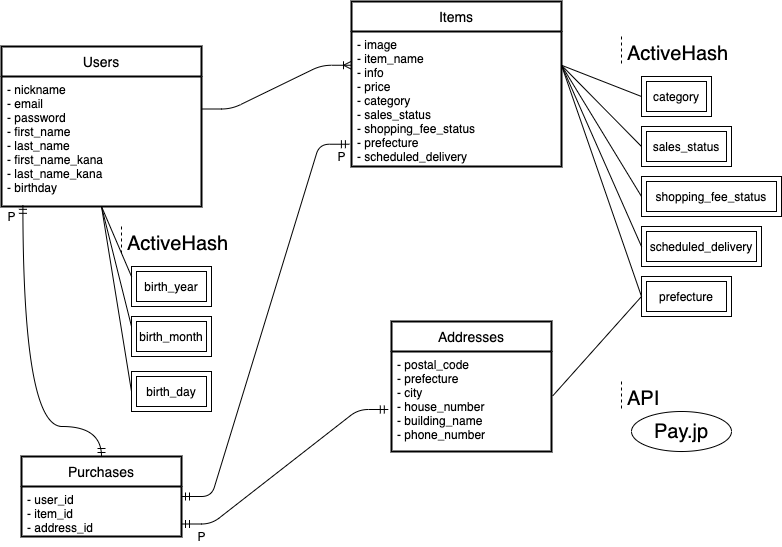
Above: er.drawio.png in shochan614/furima-30636 (draw.io), before the change. Source tidied: cells renumbered, new cells last; positions are measured from the earlier drawing's top-left corner, leaving out a move shared by most shapes.
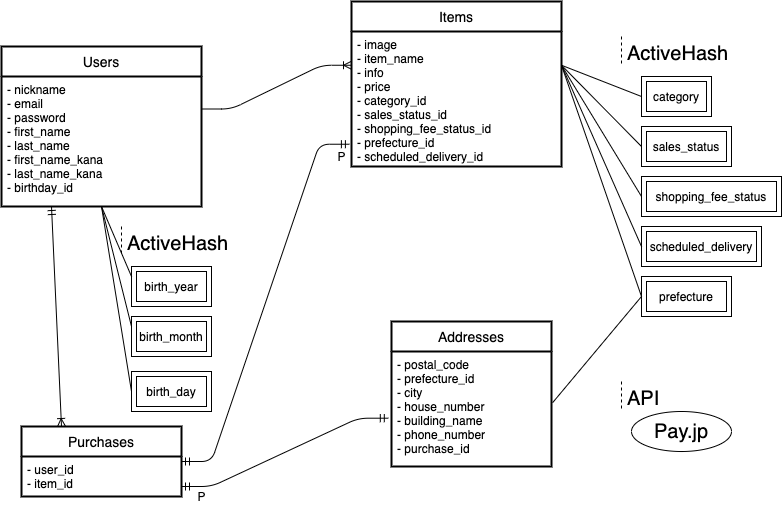
Later version of the same file.

What changed in the source:
```diff
@@ -8,17 +8,6 @@
     <mxCell id="3" style="edgeStyle=entityRelationEdgeStyle;fontSize=12;html=1;endArrow=ERmandOne;startArrow=ERmandOne;entryX=-0.01;entryY=0.835;entryDx=0;entryDy=0;entryPerimeter=0;" parent="1" edge="1" source="25" target="28">
       <mxGeometry relative="1" as="geometry" />
     </mxCell>
-    <mxCell id="4" style="fontSize=12;html=1;endArrow=ERmandOne;startArrow=ERmandOne;exitX=0.107;exitY=0.991;exitDx=0;exitDy=0;exitPerimeter=0;entryX=0.5;entryY=0;entryDx=0;entryDy=0;edgeStyle=orthogonalEdgeStyle;curved=1;" parent="1" edge="1" source="30" target="25">
-      <mxGeometry relative="1" as="geometry">
-        <Array as="points">
-          <mxPoint x="21" y="425" />
-          <mxPoint x="100" y="425" />
-        </Array>
-      </mxGeometry>
-    </mxCell>
-    <mxCell id="5" value="P" style="text;html=1;align=center;verticalAlign=middle;" parent="1" vertex="1">
-      <mxGeometry y="205" width="20" height="20" as="geometry" />
-    </mxCell>
     <mxCell id="6" value="P" style="text;html=1;align=center;verticalAlign=middle;" parent="1" vertex="1">
       <mxGeometry x="330" y="145" width="20" height="20" as="geometry" />
     </mxCell>
@@ -26,7 +15,7 @@
       <mxGeometry relative="1" as="geometry" />
     </mxCell>
     <mxCell id="8" value="P" style="text;html=1;align=center;verticalAlign=middle;" parent="1" vertex="1">
-      <mxGeometry x="190" y="525" width="20" height="20" as="geometry" />
+      <mxGeometry x="190" y="485" width="20" height="20" as="geometry" />
     </mxCell>
     <mxCell id="9" value="ActiveHash" style="shape=partialRectangle;fillColor=none;align=left;verticalAlign=middle;strokeColor=none;spacingLeft=34;fontSize=20;" parent="1" vertex="1">
       <mxGeometry x="590" y="35" width="90" height="30" as="geometry" />
@@ -76,29 +65,23 @@
     <mxCell id="24" value="Pay.jp" style="ellipse;whiteSpace=wrap;html=1;align=center;fontSize=20;" parent="1" vertex="1">
       <mxGeometry x="630" y="410" width="100" height="40" as="geometry" />
     </mxCell>
-    <mxCell id="25" value="Purchases" style="swimlane;horizontal=1;startSize=30;fontSize=14;fontStyle=0;strokeWidth=2;shadow=0;dashed=0;align=center;" parent="1" vertex="1">
-      <mxGeometry x="20" y="455" width="160" height="80" as="geometry" />
-    </mxCell>
-    <mxCell id="26" value="- user_id&#10;- item_id&#10;- address_id" style="align=left;strokeColor=none;fillColor=none;spacingLeft=4;fontSize=12;verticalAlign=top;" parent="25" vertex="1">
-      <mxGeometry y="30" width="160" height="50" as="geometry" />
-    </mxCell>
     <mxCell id="27" value="Items" style="swimlane;horizontal=1;startSize=30;fontSize=14;fontStyle=0;strokeWidth=2;shadow=0;dashed=0;align=center;" parent="1" vertex="1">
       <mxGeometry x="350" width="210" height="165" as="geometry" />
     </mxCell>
-    <mxCell id="28" value="- image&#10;- item_name&#10;- info&#10;- price&#10;- category&#10;- sales_status&#10;- shopping_fee_status&#10;- prefecture&#10;- scheduled_delivery" style="align=left;strokeColor=none;fillColor=none;spacingLeft=4;fontSize=12;verticalAlign=top;" parent="27" vertex="1">
+    <mxCell id="28" value="- image&#10;- item_name&#10;- info&#10;- price&#10;- category_id&#10;- sales_status_id&#10;- shopping_fee_status_id&#10;- prefecture_id&#10;- scheduled_delivery_id" style="align=left;strokeColor=none;fillColor=none;spacingLeft=4;fontSize=12;verticalAlign=top;" parent="27" vertex="1">
       <mxGeometry y="30" width="210" height="135" as="geometry" />
     </mxCell>
     <mxCell id="29" value="Users" style="swimlane;horizontal=1;startSize=30;fontSize=14;fontStyle=0;strokeWidth=2;shadow=0;dashed=0;align=center;arcSize=9;" parent="1" vertex="1">
       <mxGeometry y="45" width="200" height="160" as="geometry" />
     </mxCell>
-    <mxCell id="30" value="- nickname&#10;- email&#10;- password&#10;- first_name&#10;- last_name&#10;- first_name_kana&#10;- last_name_kana&#10;- birthday" style="align=left;strokeColor=none;fillColor=none;spacingLeft=4;fontSize=12;verticalAlign=top;" parent="29" vertex="1">
+    <mxCell id="30" value="- nickname&#10;- email&#10;- password&#10;- first_name&#10;- last_name&#10;- first_name_kana&#10;- last_name_kana&#10;- birthday_id" style="align=left;strokeColor=none;fillColor=none;spacingLeft=4;fontSize=12;verticalAlign=top;" parent="29" vertex="1">
       <mxGeometry y="30" width="200" height="130" as="geometry" />
     </mxCell>
     <mxCell id="31" value="Addresses" style="swimlane;horizontal=1;startSize=30;rounded=1;fontSize=14;fontStyle=0;strokeWidth=2;shadow=0;dashed=0;align=center;arcSize=0;" parent="1" vertex="1">
-      <mxGeometry x="390" y="320" width="160" height="130" as="geometry" />
+      <mxGeometry x="390" y="320" width="160" height="145" as="geometry" />
     </mxCell>
-    <mxCell id="32" value="- postal_code&#10;- prefecture&#10;- city&#10;- house_number&#10;- building_name&#10;- phone_number" style="align=left;strokeColor=none;fillColor=none;spacingLeft=4;fontSize=12;verticalAlign=top;" parent="31" vertex="1">
-      <mxGeometry y="30" width="160" height="100" as="geometry" />
+    <mxCell id="32" value="- postal_code&#10;- prefecture_id&#10;- city&#10;- house_number&#10;- building_name&#10;- phone_number&#10;- purchase_id" style="align=left;strokeColor=none;fillColor=none;spacingLeft=4;fontSize=12;verticalAlign=top;" parent="31" vertex="1">
+      <mxGeometry y="30" width="160" height="115" as="geometry" />
     </mxCell>
     <mxCell id="33" value="ActiveHash" style="shape=partialRectangle;fillColor=none;align=left;verticalAlign=middle;strokeColor=none;spacingLeft=34;points=[[0,0.5],[1,0.5]];portConstraint=eastwest;fontSize=20;" parent="1" vertex="1">
       <mxGeometry x="90" y="225" width="90" height="30" as="geometry" />
@@ -130,5 +113,14 @@
     <mxCell id="42" style="edgeStyle=orthogonalEdgeStyle;curved=1;rounded=0;orthogonalLoop=1;jettySize=auto;html=1;exitX=1;exitY=0.5;exitDx=0;exitDy=0;fontSize=20;" parent="1" edge="1" source="33" target="33">
       <mxGeometry relative="1" as="geometry" />
     </mxCell>
+    <mxCell id="4" style="fontSize=12;html=1;endArrow=ERoneToMany;startArrow=ERmandOne;entryX=0.25;entryY=0;entryDx=0;entryDy=0;exitX=0.25;exitY=1;exitDx=0;exitDy=0;" parent="1" edge="1" source="30" target="25">
+      <mxGeometry relative="1" as="geometry" />
+    </mxCell>
+    <mxCell id="25" value="Purchases" style="swimlane;horizontal=1;startSize=30;fontSize=14;fontStyle=0;strokeWidth=2;shadow=0;dashed=0;align=center;" parent="1" vertex="1">
+      <mxGeometry x="20" y="425" width="160" height="70" as="geometry" />
+    </mxCell>
+    <mxCell id="26" value="- user_id&#10;- item_id" style="align=left;strokeColor=none;fillColor=none;spacingLeft=4;fontSize=12;verticalAlign=top;" parent="25" vertex="1">
+      <mxGeometry y="30" width="160" height="40" as="geometry" />
+    </mxCell>
   </root>
 </mxGraphModel>
```
